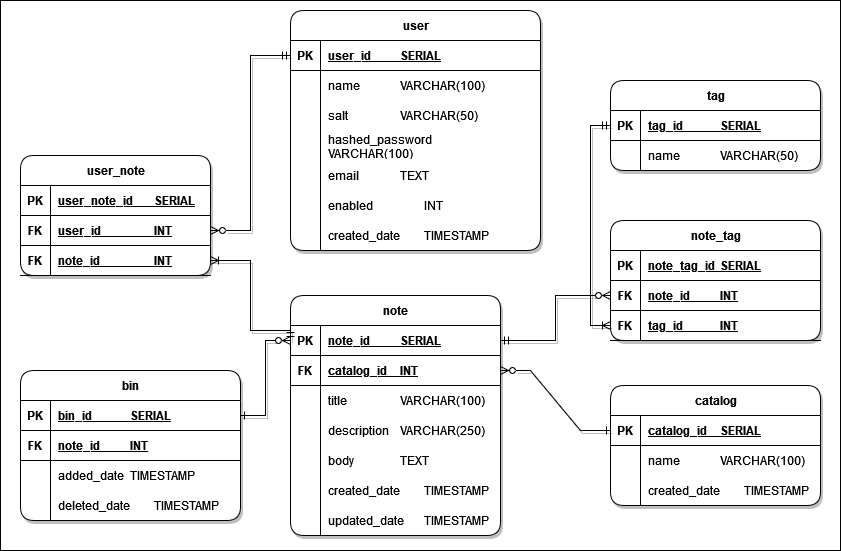
This is DB/ERD-diagram.drawio.png from Tomasz-Zdeb/Software-Engineering-Class-Project, a draw.io export, as it was before one commit. Source tidied: cells renumbered, new cells last; positions are measured from the earlier drawing's top-left corner, leaving out a move shared by most shapes.
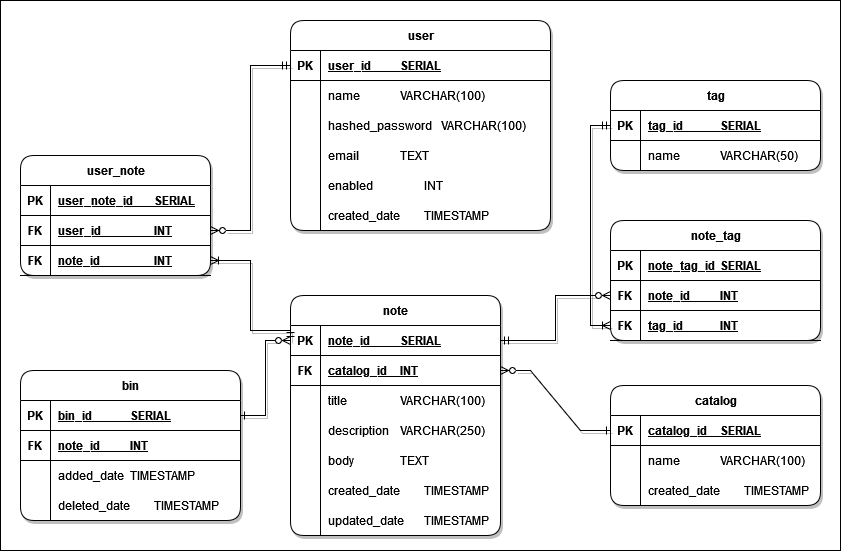
The same diagram one commit later.

What changed in the source:
```diff
@@ -6,70 +6,61 @@
       <mxGeometry width="840" height="550" as="geometry" />
     </mxCell>
     <mxCell id="3" value="user" style="shape=table;startSize=30;rowLines=0;fontStyle=1;align=center;html=1;rounded=1;shadow=1;fillColor=#FFFFFF;gradientColor=none;swimlaneFillColor=default;" parent="1" vertex="1">
-      <mxGeometry x="290" y="10" width="250" height="240" as="geometry" />
+      <mxGeometry x="290" y="20" width="260" height="210" as="geometry" />
     </mxCell>
     <mxCell id="4" style="shape=tableRow;horizontal=0;startSize=0;swimlaneHead=0;swimlaneBody=0;fillColor=none;points=[[0,0.5],[1,0.5]];portConstraint=eastwest;top=0;left=0;right=0;bottom=1;" parent="3" vertex="1">
-      <mxGeometry y="30" width="250" height="30" as="geometry" />
+      <mxGeometry y="30" width="260" height="30" as="geometry" />
     </mxCell>
     <mxCell id="5" value="PK" style="shape=partialRectangle;fillColor=none;top=0;left=0;bottom=0;right=0;fontStyle=1;overflow=hidden;whiteSpace=wrap;html=1;" parent="4" vertex="1">
       <mxGeometry width="30" height="30" as="geometry" />
     </mxCell>
     <mxCell id="6" value="user_id&lt;span style=&quot;white-space: pre;&quot;&gt;&#9;&lt;/span&gt;&lt;span style=&quot;white-space: pre;&quot;&gt;&#9;&lt;/span&gt;SERIAL" style="shape=partialRectangle;fillColor=none;top=0;left=0;bottom=0;right=0;align=left;spacingLeft=6;fontStyle=5;overflow=hidden;whiteSpace=wrap;html=1;" parent="4" vertex="1">
-      <mxGeometry x="30" width="220" height="30" as="geometry" />
+      <mxGeometry x="30" width="230" height="30" as="geometry" />
     </mxCell>
     <mxCell id="7" style="shape=tableRow;horizontal=0;startSize=0;swimlaneHead=0;swimlaneBody=0;fillColor=none;top=0;left=0;right=0;bottom=0;" parent="3" vertex="1">
-      <mxGeometry y="60" width="250" height="30" as="geometry" />
+      <mxGeometry y="60" width="260" height="30" as="geometry" />
     </mxCell>
     <mxCell id="8" style="shape=partialRectangle;fillColor=none;top=0;left=0;bottom=0;right=0;overflow=hidden;whiteSpace=wrap;html=1;" parent="7" vertex="1">
       <mxGeometry width="30" height="30" as="geometry" />
     </mxCell>
     <mxCell id="9" value="&lt;div align=&quot;justify&quot;&gt;name&lt;span style=&quot;white-space: pre;&quot;&gt;&#9;&lt;/span&gt;&lt;span style=&quot;white-space: pre;&quot;&gt;&#9;VARCHAR&lt;/span&gt;(100)&lt;/div&gt;" style="shape=partialRectangle;fillColor=none;top=0;left=0;bottom=0;right=0;align=left;spacingLeft=6;overflow=hidden;whiteSpace=wrap;html=1;" parent="7" vertex="1">
-      <mxGeometry x="30" width="220" height="30" as="geometry" />
+      <mxGeometry x="30" width="230" height="30" as="geometry" />
     </mxCell>
-    <mxCell id="10" style="shape=tableRow;horizontal=0;startSize=0;swimlaneHead=0;swimlaneBody=0;fillColor=none;top=0;left=0;right=0;bottom=0;" parent="3" vertex="1">
-      <mxGeometry y="90" width="250" height="30" as="geometry" />
-    </mxCell>
-    <mxCell id="11" style="shape=partialRectangle;fillColor=none;top=0;left=0;bottom=0;right=0;overflow=hidden;whiteSpace=wrap;html=1;" parent="10" vertex="1">
-      <mxGeometry width="30" height="30" as="geometry" />
-    </mxCell>
-    <mxCell id="12" value="&lt;div align=&quot;justify&quot;&gt;salt&lt;span style=&quot;white-space: pre;&quot;&gt;&#9;&lt;/span&gt;&lt;span style=&quot;white-space: pre;&quot;&gt;&#9;&lt;/span&gt;&lt;span style=&quot;white-space: pre;&quot;&gt;&#9;&lt;/span&gt;VARCHAR(50)&lt;/div&gt;" style="shape=partialRectangle;fillColor=none;top=0;left=0;bottom=0;right=0;align=left;spacingLeft=6;overflow=hidden;whiteSpace=wrap;html=1;" parent="10" vertex="1">
-      <mxGeometry x="30" width="220" height="30" as="geometry" />
-    </mxCell>
     <mxCell id="13" style="shape=tableRow;horizontal=0;startSize=0;swimlaneHead=0;swimlaneBody=0;fillColor=none;top=0;left=0;right=0;bottom=0;" parent="3" vertex="1">
-      <mxGeometry y="120" width="250" height="30" as="geometry" />
+      <mxGeometry y="90" width="260" height="30" as="geometry" />
     </mxCell>
     <mxCell id="14" style="shape=partialRectangle;fillColor=none;top=0;left=0;bottom=0;right=0;overflow=hidden;whiteSpace=wrap;html=1;" parent="13" vertex="1">
       <mxGeometry width="30" height="30" as="geometry" />
     </mxCell>
     <mxCell id="15" value="hashed_password&amp;nbsp;&amp;nbsp; VARCHAR(100)&lt;span style=&quot;white-space: pre;&quot;&gt;&#9;&lt;/span&gt;" style="shape=partialRectangle;fillColor=none;top=0;left=0;bottom=0;right=0;align=left;spacingLeft=6;overflow=hidden;whiteSpace=wrap;html=1;" parent="13" vertex="1">
-      <mxGeometry x="30" width="220" height="30" as="geometry" />
+      <mxGeometry x="30" width="230" height="30" as="geometry" />
     </mxCell>
     <mxCell id="16" style="shape=tableRow;horizontal=0;startSize=0;swimlaneHead=0;swimlaneBody=0;fillColor=none;top=0;left=0;right=0;bottom=0;" parent="3" vertex="1">
-      <mxGeometry y="150" width="250" height="30" as="geometry" />
+      <mxGeometry y="120" width="260" height="30" as="geometry" />
     </mxCell>
     <mxCell id="17" style="shape=partialRectangle;fillColor=none;top=0;left=0;bottom=0;right=0;overflow=hidden;whiteSpace=wrap;html=1;" parent="16" vertex="1">
       <mxGeometry width="30" height="30" as="geometry" />
     </mxCell>
     <mxCell id="18" value="&lt;div align=&quot;justify&quot;&gt;email&lt;span style=&quot;white-space: pre;&quot;&gt;&#9;&lt;/span&gt;&lt;span style=&quot;white-space: pre;&quot;&gt;&#9;&lt;/span&gt;TEXT&lt;/div&gt;" style="shape=partialRectangle;fillColor=none;top=0;left=0;bottom=0;right=0;align=left;spacingLeft=6;overflow=hidden;whiteSpace=wrap;html=1;" parent="16" vertex="1">
-      <mxGeometry x="30" width="220" height="30" as="geometry" />
+      <mxGeometry x="30" width="230" height="30" as="geometry" />
     </mxCell>
     <mxCell id="19" style="shape=tableRow;horizontal=0;startSize=0;swimlaneHead=0;swimlaneBody=0;fillColor=none;top=0;left=0;right=0;bottom=0;" parent="3" vertex="1">
-      <mxGeometry y="180" width="250" height="30" as="geometry" />
+      <mxGeometry y="150" width="260" height="30" as="geometry" />
     </mxCell>
     <mxCell id="20" style="shape=partialRectangle;fillColor=none;top=0;left=0;bottom=0;right=0;overflow=hidden;whiteSpace=wrap;html=1;" parent="19" vertex="1">
       <mxGeometry width="30" height="30" as="geometry" />
     </mxCell>
     <mxCell id="21" value="&lt;div align=&quot;justify&quot;&gt;enabled&lt;span style=&quot;white-space: pre;&quot;&gt;&#9;&lt;/span&gt;&lt;span style=&quot;white-space: pre;&quot;&gt;&#9;&lt;/span&gt;INT&lt;/div&gt;" style="shape=partialRectangle;fillColor=none;top=0;left=0;bottom=0;right=0;align=left;spacingLeft=6;overflow=hidden;whiteSpace=wrap;html=1;" parent="19" vertex="1">
-      <mxGeometry x="30" width="220" height="30" as="geometry" />
+      <mxGeometry x="30" width="230" height="30" as="geometry" />
     </mxCell>
     <mxCell id="22" style="shape=tableRow;horizontal=0;startSize=0;swimlaneHead=0;swimlaneBody=0;fillColor=none;top=0;left=0;right=0;bottom=0;" parent="3" vertex="1">
-      <mxGeometry y="210" width="250" height="30" as="geometry" />
+      <mxGeometry y="180" width="260" height="30" as="geometry" />
     </mxCell>
     <mxCell id="23" style="shape=partialRectangle;fillColor=none;top=0;left=0;bottom=0;right=0;overflow=hidden;whiteSpace=wrap;html=1;" parent="22" vertex="1">
       <mxGeometry width="30" height="30" as="geometry" />
     </mxCell>
     <mxCell id="24" value="&lt;div align=&quot;justify&quot;&gt;created_date&lt;span style=&quot;white-space: pre;&quot;&gt;&#9;&lt;/span&gt;TIMESTAMP&lt;/div&gt;" style="shape=partialRectangle;fillColor=none;top=0;left=0;bottom=0;right=0;align=left;spacingLeft=6;overflow=hidden;whiteSpace=wrap;html=1;" parent="22" vertex="1">
-      <mxGeometry x="30" width="220" height="30" as="geometry" />
+      <mxGeometry x="30" width="230" height="30" as="geometry" />
     </mxCell>
     <mxCell id="25" value="note" style="shape=table;startSize=30;rowLines=0;fontStyle=1;align=center;html=1;rounded=1;shadow=1;swimlaneFillColor=default;" parent="1" vertex="1">
       <mxGeometry x="290" y="295" width="210" height="240" as="geometry" />
```
